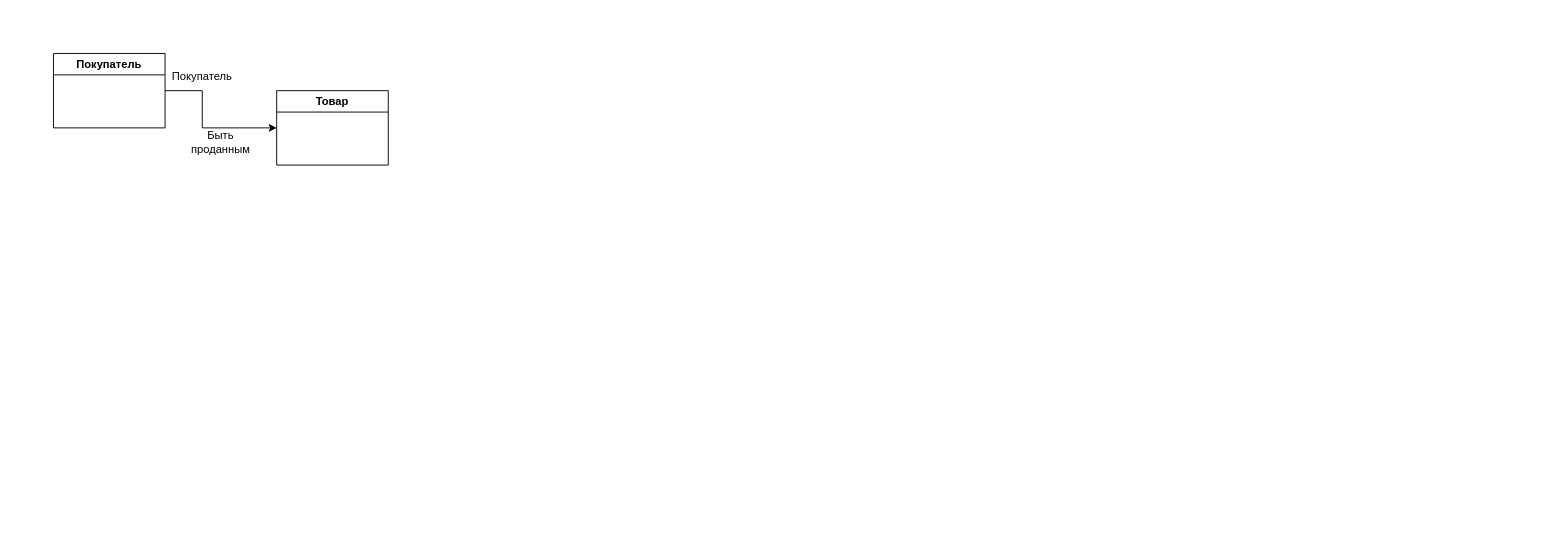
The draw.io diagram Схема_1.drawio in Deviant1407/Info-Security-and-Data-Base, before the edit. Source tidied: cells renumbered, new cells numbered last; positions are measured from the earlier drawing's top-left corner, leaving out a move shared by most shapes. Both pictures are drawn from the tidied source at 93%, with x=0, y=0 at pixel (53, 53).
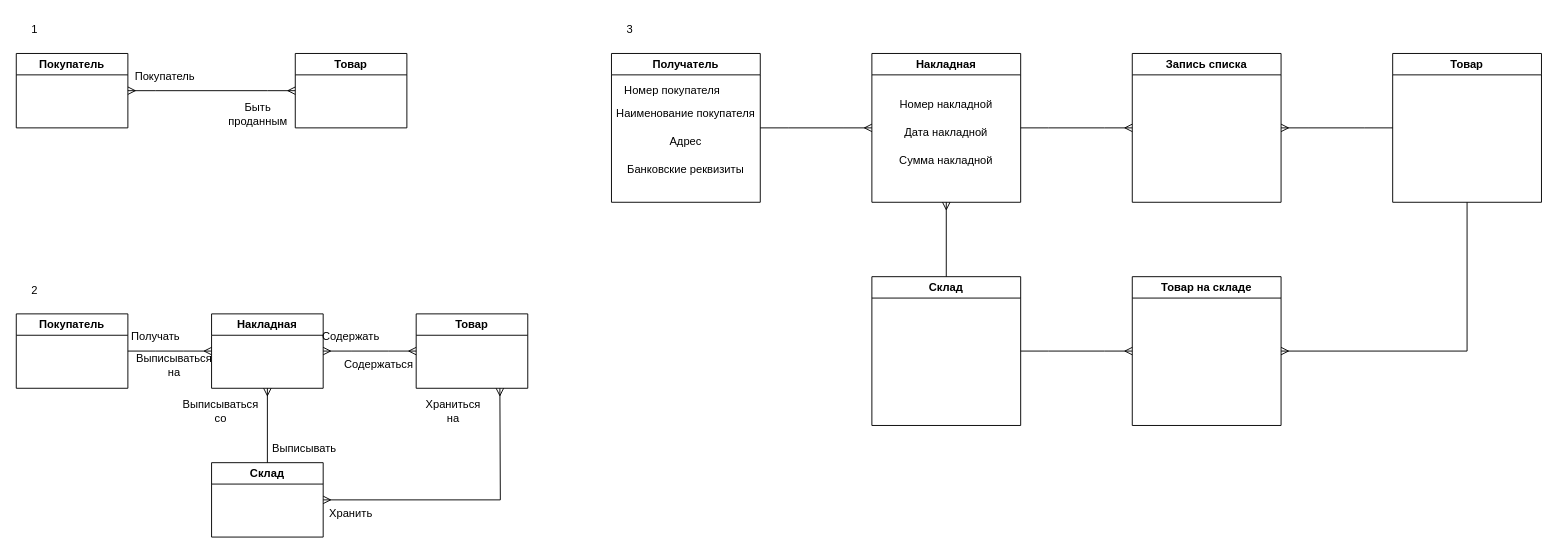
The same diagram, later.

What changed in the source:
```diff
@@
-    <mxCell id="2" style="edgeStyle=orthogonalEdgeStyle;rounded=0;jettySize=auto;html=1;exitX=1;exitY=0.5;exitDx=0;exitDy=0;entryX=0;entryY=0.5;entryDx=0;entryDy=0;" parent="1" edge="1" source="3" target="4">
-      <mxGeometry relative="1" as="geometry">
-        <Array as="points">
-          <mxPoint x="160" y="40" />
-          <mxPoint x="160" y="80" />
-        </Array>
-      </mxGeometry>
-    </mxCell>
     <mxCell id="3" value="Покупатель" style="swimlane;whiteSpace=wrap;html=1;" parent="1" vertex="1">
-      <mxGeometry width="120" height="80" as="geometry" />
+      <mxGeometry x="-40" width="120" height="80" as="geometry" />
     </mxCell>
     <mxCell id="4" value="Товар" style="swimlane;whiteSpace=wrap;html=1;" parent="1" vertex="1">
-      <mxGeometry x="240" y="40" width="120" height="80" as="geometry" />
+      <mxGeometry x="260" width="120" height="80" as="geometry" />
     </mxCell>
     <mxCell id="5" value="Покупатель" style="text;html=1;strokeColor=none;fillColor=none;align=center;verticalAlign=middle;whiteSpace=wrap;rounded=0;" parent="1" vertex="1">
-      <mxGeometry x="130" y="10" width="60" height="30" as="geometry" />
+      <mxGeometry x="90" y="10" width="60" height="30" as="geometry" />
     </mxCell>
     <mxCell id="6" value="Быть проданным" style="text;html=1;strokeColor=none;fillColor=none;align=center;verticalAlign=middle;whiteSpace=wrap;rounded=0;" parent="1" vertex="1">
-      <mxGeometry x="150" y="80" width="60" height="30" as="geometry" />
+      <mxGeometry x="190" y="50" width="60" height="30" as="geometry" />
     </mxCell>
+    <mxCell id="7" value="1" style="text;html=1;strokeColor=none;fillColor=none;align=center;verticalAlign=middle;whiteSpace=wrap;rounded=0;" parent="1" vertex="1">
+      <mxGeometry x="-40" y="-40" width="40" height="30" as="geometry" />
+    </mxCell>
+    <mxCell id="8" value="2" style="text;html=1;strokeColor=none;fillColor=none;align=center;verticalAlign=middle;whiteSpace=wrap;rounded=0;" parent="1" vertex="1">
+      <mxGeometry x="-40" y="240" width="40" height="30" as="geometry" />
+    </mxCell>
+    <mxCell id="9" style="edgeStyle=entityRelationEdgeStyle;fontSize=12;html=1;endArrow=ERmany;startArrow=ERmany;rounded=0;entryX=0;entryY=0.5;entryDx=0;entryDy=0;" parent="1" edge="1" target="4">
+      <mxGeometry relative="1" as="geometry">
+        <mxPoint x="80" y="40" as="sourcePoint" />
+        <Array as="points">
+          <mxPoint x="160" y="40" />
+        </Array>
+      </mxGeometry>
+    </mxCell>
+    <mxCell id="10" value="Покупатель" style="swimlane;whiteSpace=wrap;html=1;" parent="1" vertex="1">
+      <mxGeometry x="-40" y="280" width="120" height="80" as="geometry" />
+    </mxCell>
+    <mxCell id="11" value="Накладная" style="swimlane;whiteSpace=wrap;html=1;" parent="1" vertex="1">
+      <mxGeometry x="170" y="280" width="120" height="80" as="geometry" />
+    </mxCell>
+    <mxCell id="12" value="Товар" style="swimlane;whiteSpace=wrap;html=1;" parent="1" vertex="1">
+      <mxGeometry x="390" y="280" width="120" height="80" as="geometry" />
+    </mxCell>
+    <mxCell id="13" style="edgeStyle=entityRelationEdgeStyle;fontSize=12;html=1;endArrow=ERmany;rounded=0;exitX=1;exitY=0.5;exitDx=0;exitDy=0;entryX=0;entryY=0.5;entryDx=0;entryDy=0;" parent="1" edge="1" source="10" target="11">
+      <mxGeometry relative="1" as="geometry" />
+    </mxCell>
+    <mxCell id="14" style="edgeStyle=entityRelationEdgeStyle;fontSize=12;html=1;endArrow=ERmany;startArrow=ERmany;rounded=0;entryX=0;entryY=0.5;entryDx=0;entryDy=0;" parent="1" edge="1" target="12">
+      <mxGeometry relative="1" as="geometry">
+        <mxPoint x="290" y="320" as="sourcePoint" />
+      </mxGeometry>
+    </mxCell>
+    <mxCell id="15" value="Склад" style="swimlane;whiteSpace=wrap;html=1;startSize=23;" parent="1" vertex="1">
+      <mxGeometry x="170" y="440" width="120" height="80" as="geometry" />
+    </mxCell>
+    <mxCell id="16" style="edgeStyle=orthogonalEdgeStyle;fontSize=12;html=1;endArrow=ERmany;rounded=0;entryX=0.5;entryY=1;entryDx=0;entryDy=0;exitX=0.5;exitY=0;exitDx=0;exitDy=0;" parent="1" edge="1" source="15" target="11">
+      <mxGeometry relative="1" as="geometry" />
+    </mxCell>
+    <mxCell id="17" style="edgeStyle=orthogonalEdgeStyle;fontSize=12;html=1;endArrow=ERmany;startArrow=ERmany;rounded=0;exitX=1;exitY=0.5;exitDx=0;exitDy=0;" parent="1" edge="1" source="15">
+      <mxGeometry relative="1" as="geometry">
+        <mxPoint x="480" y="360" as="targetPoint" />
+      </mxGeometry>
+    </mxCell>
+    <mxCell id="18" value="Получать" style="text;html=1;strokeColor=none;fillColor=none;align=center;verticalAlign=middle;whiteSpace=wrap;rounded=0;" parent="1" vertex="1">
+      <mxGeometry x="80" y="290" width="60" height="30" as="geometry" />
+    </mxCell>
+    <mxCell id="19" value="Выписываться на" style="text;html=1;strokeColor=none;fillColor=none;align=center;verticalAlign=middle;whiteSpace=wrap;rounded=0;" parent="1" vertex="1">
+      <mxGeometry x="100" y="320" width="60" height="30" as="geometry" />
+    </mxCell>
+    <mxCell id="20" value="Содержать" style="text;html=1;strokeColor=none;fillColor=none;align=center;verticalAlign=middle;whiteSpace=wrap;rounded=0;" parent="1" vertex="1">
+      <mxGeometry x="290" y="290" width="60" height="30" as="geometry" />
+    </mxCell>
+    <mxCell id="21" value="Содержаться" style="text;html=1;strokeColor=none;fillColor=none;align=center;verticalAlign=middle;whiteSpace=wrap;rounded=0;" parent="1" vertex="1">
+      <mxGeometry x="320" y="320" width="60" height="30" as="geometry" />
+    </mxCell>
+    <mxCell id="22" value="Храниться на" style="text;html=1;strokeColor=none;fillColor=none;align=center;verticalAlign=middle;whiteSpace=wrap;rounded=0;" parent="1" vertex="1">
+      <mxGeometry x="400" y="370" width="60" height="30" as="geometry" />
+    </mxCell>
+    <mxCell id="23" value="Хранить" style="text;html=1;strokeColor=none;fillColor=none;align=center;verticalAlign=middle;whiteSpace=wrap;rounded=0;" parent="1" vertex="1">
+      <mxGeometry x="290" y="480" width="60" height="30" as="geometry" />
+    </mxCell>
+    <mxCell id="24" value="Выписываться со" style="text;html=1;strokeColor=none;fillColor=none;align=center;verticalAlign=middle;whiteSpace=wrap;rounded=0;" parent="1" vertex="1">
+      <mxGeometry x="150" y="370" width="60" height="30" as="geometry" />
+    </mxCell>
+    <mxCell id="25" value="Выписывать" style="text;html=1;strokeColor=none;fillColor=none;align=center;verticalAlign=middle;whiteSpace=wrap;rounded=0;" parent="1" vertex="1">
+      <mxGeometry x="240" y="410" width="60" height="30" as="geometry" />
+    </mxCell>
+    <mxCell id="26" value="3" style="text;html=1;strokeColor=none;fillColor=none;align=center;verticalAlign=middle;whiteSpace=wrap;rounded=0;" parent="1" vertex="1">
+      <mxGeometry x="600" y="-40" width="40" height="30" as="geometry" />
+    </mxCell>
+    <mxCell id="27" value="Получатель" style="swimlane;whiteSpace=wrap;html=1;" parent="1" vertex="1">
+      <mxGeometry x="600" width="160" height="160" as="geometry" />
+    </mxCell>
+    <mxCell id="28" value="Номер покупателя" style="text;html=1;align=center;verticalAlign=middle;strokeColor=none;fillColor=none;" parent="27" vertex="1">
+      <mxGeometry y="25" width="130" height="30" as="geometry" />
+    </mxCell>
+    <mxCell id="29" value="Наименование покупателя" style="text;html=1;strokeColor=none;fillColor=none;align=center;verticalAlign=middle;whiteSpace=wrap;rounded=0;" parent="27" vertex="1">
+      <mxGeometry y="50" width="160" height="30" as="geometry" />
+    </mxCell>
+    <mxCell id="30" value="Адрес" style="text;html=1;strokeColor=none;fillColor=none;align=center;verticalAlign=middle;whiteSpace=wrap;rounded=0;" parent="27" vertex="1">
+      <mxGeometry y="80" width="160" height="30" as="geometry" />
+    </mxCell>
+    <mxCell id="31" value="Банковские реквизиты" style="text;html=1;strokeColor=none;fillColor=none;align=center;verticalAlign=middle;whiteSpace=wrap;rounded=0;" parent="27" vertex="1">
+      <mxGeometry y="110" width="160" height="30" as="geometry" />
+    </mxCell>
+    <mxCell id="32" value="Накладная" style="swimlane;whiteSpace=wrap;html=1;" parent="1" vertex="1">
+      <mxGeometry x="880" width="160" height="160" as="geometry" />
+    </mxCell>
+    <mxCell id="33" value="Номер накладной" style="text;html=1;strokeColor=none;fillColor=none;align=center;verticalAlign=middle;whiteSpace=wrap;rounded=0;" parent="32" vertex="1">
+      <mxGeometry y="40" width="160" height="30" as="geometry" />
+    </mxCell>
+    <mxCell id="34" value="Дата накладной" style="text;html=1;strokeColor=none;fillColor=none;align=center;verticalAlign=middle;whiteSpace=wrap;rounded=0;" parent="32" vertex="1">
+      <mxGeometry y="70" width="160" height="30" as="geometry" />
+    </mxCell>
+    <mxCell id="35" value="Сумма накладной" style="text;html=1;strokeColor=none;fillColor=none;align=center;verticalAlign=middle;whiteSpace=wrap;rounded=0;" parent="32" vertex="1">
+      <mxGeometry y="100" width="160" height="30" as="geometry" />
+    </mxCell>
+    <mxCell id="36" value="Запись списка" style="swimlane;whiteSpace=wrap;html=1;" parent="1" vertex="1">
+      <mxGeometry x="1160" width="160" height="160" as="geometry" />
+    </mxCell>
+    <mxCell id="37" value="Склад" style="swimlane;whiteSpace=wrap;html=1;" parent="1" vertex="1">
+      <mxGeometry x="880" y="240" width="160" height="160" as="geometry" />
+    </mxCell>
+    <mxCell id="38" value="Товар на складе" style="swimlane;whiteSpace=wrap;html=1;" parent="1" vertex="1">
+      <mxGeometry x="1160" y="240" width="160" height="160" as="geometry" />
+    </mxCell>
+    <mxCell id="39" value="Товар" style="swimlane;whiteSpace=wrap;html=1;" parent="1" vertex="1">
+      <mxGeometry x="1440" width="160" height="160" as="geometry" />
+    </mxCell>
+    <mxCell id="40" style="edgeStyle=entityRelationEdgeStyle;fontSize=12;html=1;endArrow=ERmany;rounded=0;entryX=0;entryY=0.5;entryDx=0;entryDy=0;exitX=1;exitY=0;exitDx=0;exitDy=0;" parent="1" edge="1" source="30" target="32">
+      <mxGeometry relative="1" as="geometry" />
+    </mxCell>
+    <mxCell id="41" style="edgeStyle=entityRelationEdgeStyle;fontSize=12;html=1;endArrow=ERmany;rounded=0;entryX=0;entryY=0.5;entryDx=0;entryDy=0;exitX=1;exitY=0.5;exitDx=0;exitDy=0;" parent="1" edge="1" source="32" target="36">
+      <mxGeometry relative="1" as="geometry" />
+    </mxCell>
+    <mxCell id="42" style="edgeStyle=entityRelationEdgeStyle;fontSize=12;html=1;endArrow=ERmany;rounded=0;entryX=1;entryY=0.5;entryDx=0;entryDy=0;exitX=0;exitY=0.5;exitDx=0;exitDy=0;" parent="1" edge="1" source="39" target="36">
+      <mxGeometry relative="1" as="geometry" />
+    </mxCell>
+    <mxCell id="43" style="edgeStyle=orthogonalEdgeStyle;fontSize=12;html=1;endArrow=ERmany;rounded=0;exitX=0.5;exitY=1;exitDx=0;exitDy=0;entryX=1;entryY=0.5;entryDx=0;entryDy=0;" parent="1" edge="1" source="39" target="38">
+      <mxGeometry relative="1" as="geometry" />
+    </mxCell>
+    <mxCell id="44" style="edgeStyle=orthogonalEdgeStyle;fontSize=12;html=1;endArrow=ERmany;rounded=0;entryX=0.5;entryY=1;entryDx=0;entryDy=0;exitX=0.5;exitY=0;exitDx=0;exitDy=0;" parent="1" edge="1" source="37" target="32">
+      <mxGeometry relative="1" as="geometry" />
+    </mxCell>
+    <mxCell id="45" style="edgeStyle=entityRelationEdgeStyle;fontSize=12;html=1;endArrow=ERmany;rounded=0;entryX=0;entryY=0.5;entryDx=0;entryDy=0;exitX=1;exitY=0.5;exitDx=0;exitDy=0;" parent="1" edge="1" source="37" target="38">
+      <mxGeometry relative="1" as="geometry" />
+    </mxCell>
```
